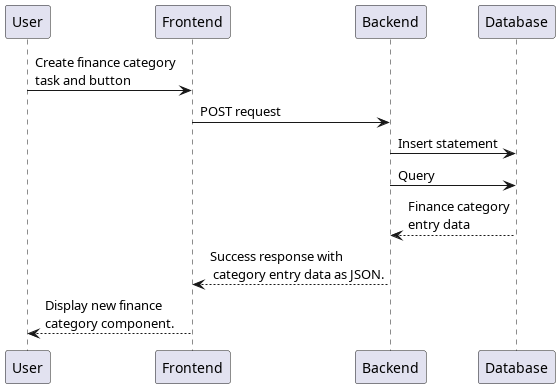
Earlier version of the PlantUML export docs/out/docs/Sequences/Create new finance category.png (Toby-Rea/planner). Its diagram source:
```plantuml
@startuml Create new finance category
participant User as u
participant Frontend as fe
participant Backend as be
participant Database as db

u -> fe: Create finance category\ntask and button
fe -> be: POST request
be -> db: Insert statement
be -> db: Query
be <-- db: Finance category\nentry data
fe <-- be: Success response with\n category entry data as JSON.
u <-- fe: Display new finance\ncategory component.
@enduml
```
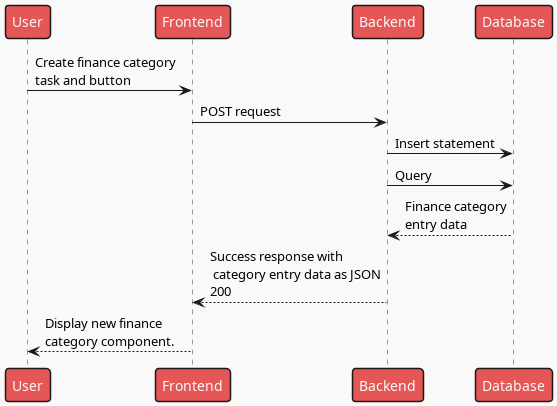
Above is the later version.

Diff of the diagram source:
```diff
@@ -1,4 +1,5 @@
 @startuml Create new finance category
+!theme mars
 participant User as u
 participant Frontend as fe
 participant Backend as be
@@ -9,6 +10,6 @@
 be -> db: Insert statement
 be -> db: Query
 be <-- db: Finance category\nentry data
-fe <-- be: Success response with\n category entry data as JSON.
+fe <-- be: Success response with\n category entry data as JSON\n200
 u <-- fe: Display new finance\ncategory component.
 @enduml
```
